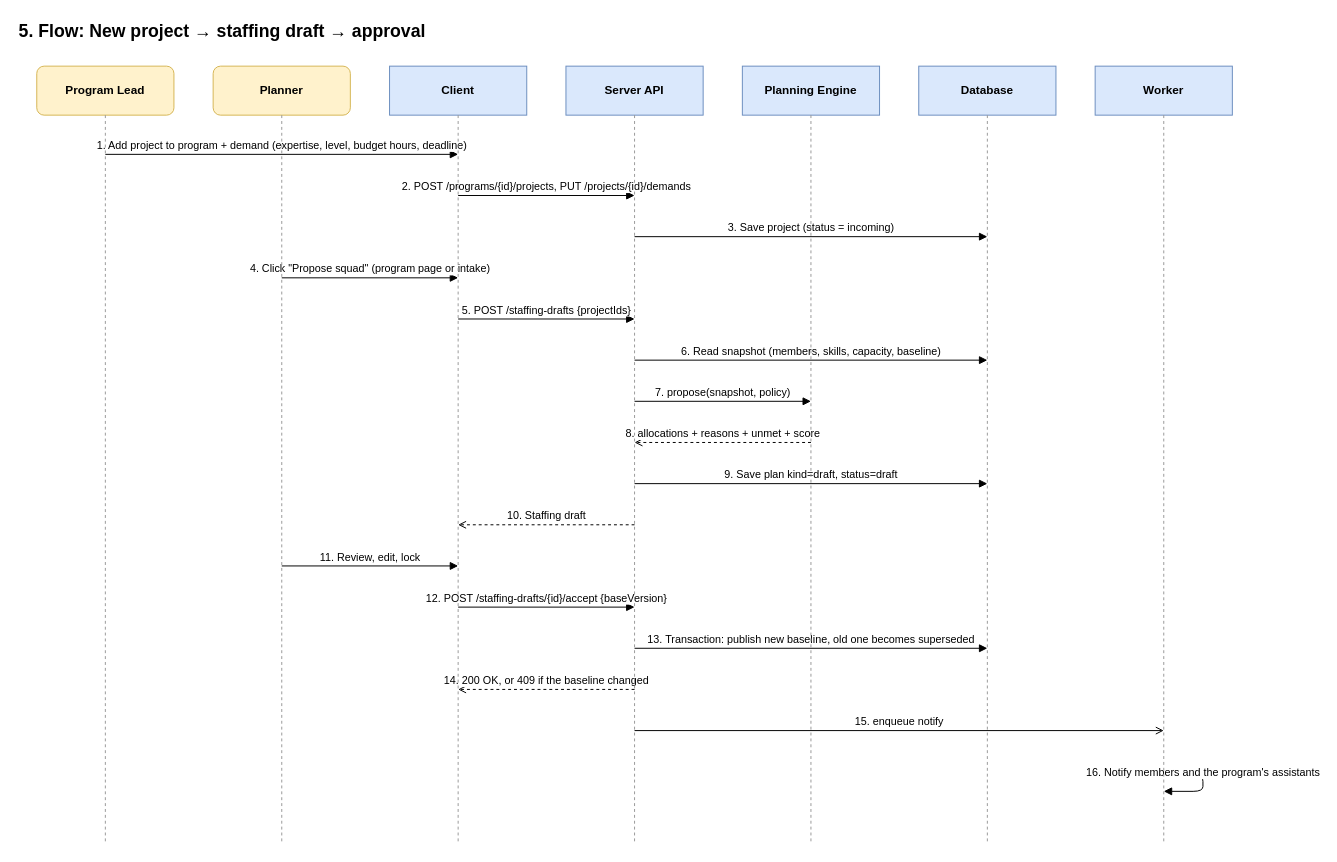
Earlier version of the draw.io diagram page "5. Flow - New project to staffing" (5 of 7) of docs/architecture.drawio (dophnamm/the-slot-finder). Source tidied: cells renumbered, new cells numbered last; positions are measured from the earlier drawing's top-left corner, leaving out a move shared by most shapes. Both pictures are drawn from the tidied source at 98%, with x=0, y=0 at pixel (17, 17).
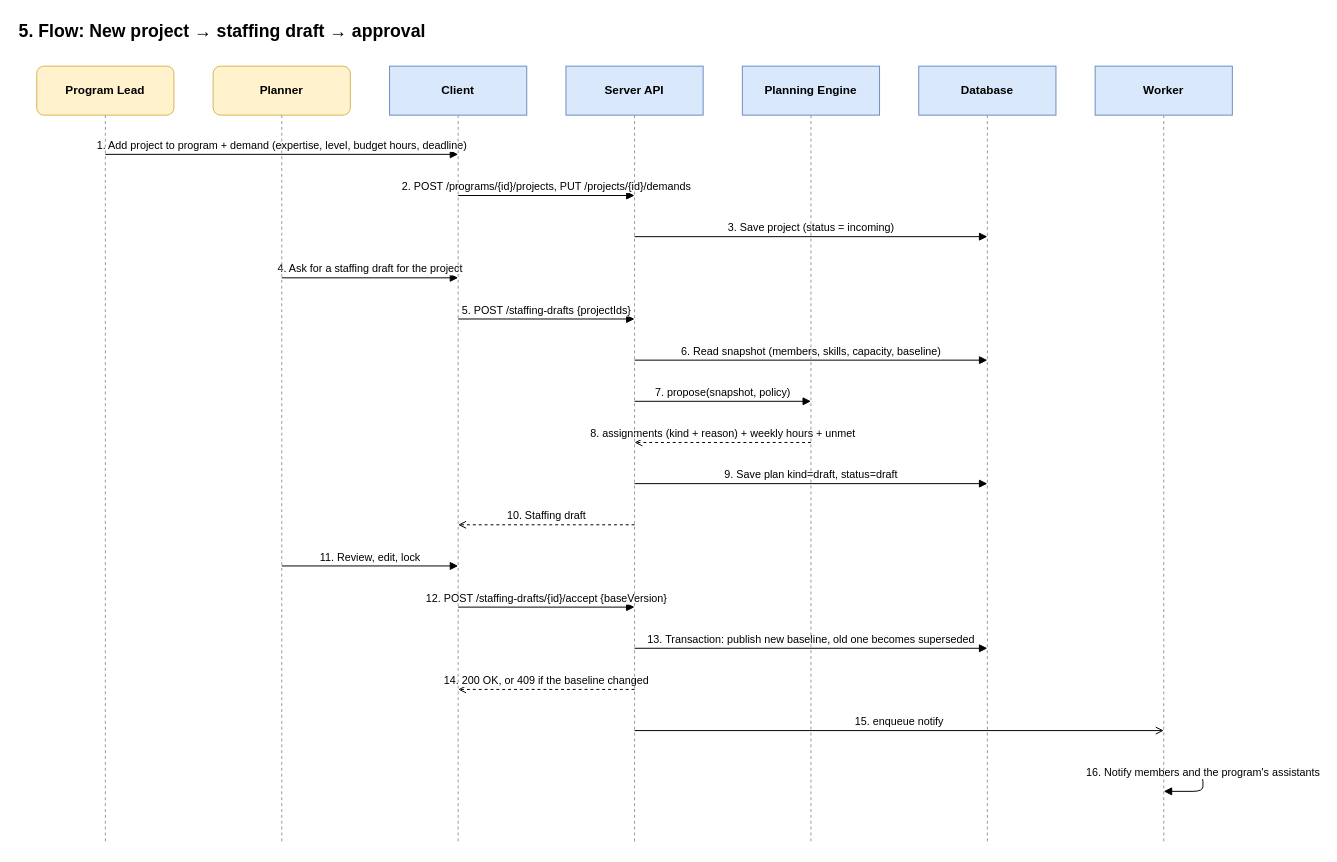
Above is the later version.

Commit message (it also covers changes not shown here):
docs: design v0.4 with multi-expertise assignments, tags, capacity and re-plan merge (#1)

The edit, as a diff of the source:
```diff
@@
-    <mxCell id="13" value="4. Click &quot;Propose squad&quot; (program page or intake)" style="html=1;endArrow=block;endFill=1;verticalAlign=bottom;fontSize=11;" parent="1" edge="1">
+    <mxCell id="13" value="4. Ask for a staffing draft for the project" style="html=1;endArrow=block;endFill=1;verticalAlign=bottom;fontSize=11;" parent="1" edge="1">
       <mxGeometry relative="1" as="geometry">
         <mxPoint x="270" y="266" as="sourcePoint" />
         <mxPoint x="450" y="266" as="targetPoint" />
       </mxGeometry>
     </mxCell>
@@
-    <mxCell id="17" value="8. allocations + reasons + unmet + score" style="html=1;endArrow=open;endFill=0;dashed=1;verticalAlign=bottom;fontSize=11;" parent="1" edge="1">
+    <mxCell id="17" value="8. assignments (kind + reason) + weekly hours + unmet" style="html=1;endArrow=open;endFill=0;dashed=1;verticalAlign=bottom;fontSize=11;" parent="1" edge="1">
       <mxGeometry relative="1" as="geometry">
         <mxPoint x="810" y="434" as="sourcePoint" />
         <mxPoint x="630" y="434" as="targetPoint" />
       </mxGeometry>
     </mxCell>
```
